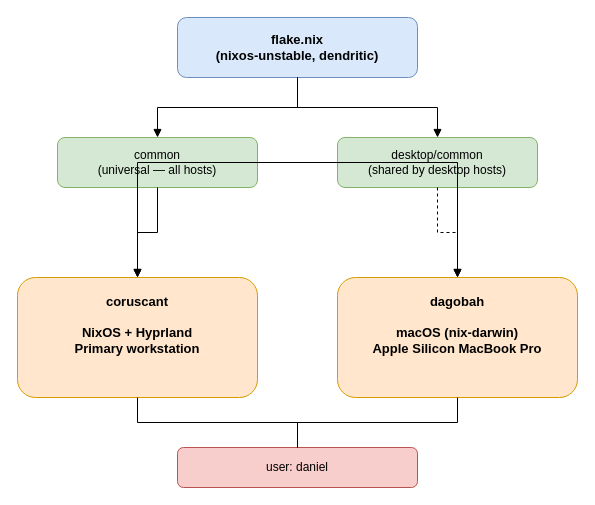
The draw.io diagram hosts.drawio in Danielbook/nixos-config, before the edit. Source tidied: cells renumbered, new cells numbered last; positions are measured from the earlier drawing's top-left corner, leaving out a move shared by most shapes. Both pictures are drawn from the tidied source at 100%, with x=0, y=0 at pixel (17, 17).
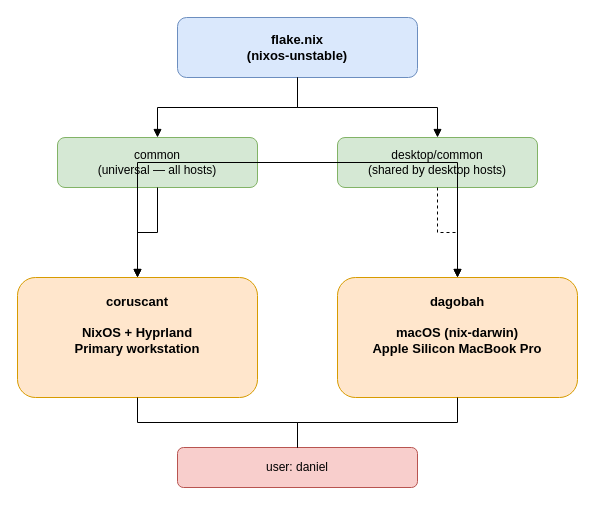
After the change.

Commit message (it also covers changes not shown here):
docs: stop calling the module layout dendritic

The config uses plain layered imports (common -> desktop/common -> compositor),
not the dendritic pattern. Reword the README tagline and layers heading, and
drop the label from the hosts diagram.

Change to the diagram source:
```diff
@@
 <mxGraphModel>
   <root>
     <mxCell id="0" />
     <mxCell id="1" parent="0" />
-    <mxCell id="2" value="flake.nix&#10;(nixos-unstable, dendritic)" style="rounded=1;whiteSpace=wrap;html=1;fillColor=#dae8fc;strokeColor=#6c8ebf;fontStyle=1;fontSize=13;" parent="1" vertex="1">
+    <mxCell id="2" value="flake.nix&#10;(nixos-unstable)" style="rounded=1;whiteSpace=wrap;html=1;fillColor=#dae8fc;strokeColor=#6c8ebf;fontStyle=1;fontSize=13;" parent="1" vertex="1">
       <mxGeometry x="160" width="240" height="60" as="geometry" />
     </mxCell>
     <mxCell id="3" value="common&#10;(universal — all hosts)" style="rounded=1;whiteSpace=wrap;html=1;fillColor=#d5e8d4;strokeColor=#82b366;fontSize=12;" parent="1" vertex="1">
       <mxGeometry x="40" y="120" width="200" height="50" as="geometry" />
     </mxCell>
     <mxCell id="4" value="desktop/common&#10;(shared by desktop hosts)" style="rounded=1;whiteSpace=wrap;html=1;fillColor=#d5e8d4;strokeColor=#82b366;fontSize=12;" parent="1" vertex="1">
       <mxGeometry x="320" y="120" width="200" height="50" as="geometry" />
     </mxCell>
     <mxCell id="5" value="coruscant&#10;&#10;NixOS + Hyprland&#10;Primary workstation" style="rounded=1;whiteSpace=wrap;html=1;fillColor=#ffe6cc;strokeColor=#d79b00;fontStyle=1;fontSize=13;verticalAlign=top;spacingTop=10;" parent="1" vertex="1">
       <mxGeometry y="260" width="240" height="120" as="geometry" />
     </mxCell>
     <mxCell id="6" value="dagobah&#10;&#10;macOS (nix-darwin)&#10;Apple Silicon MacBook Pro" style="rounded=1;whiteSpace=wrap;html=1;fillColor=#ffe6cc;strokeColor=#d79b00;fontStyle=1;fontSize=13;verticalAlign=top;spacingTop=10;" parent="1" vertex="1">
       <mxGeometry x="320" y="260" width="240" height="120" as="geometry" />
     </mxCell>
     <mxCell id="7" value="user: daniel" style="rounded=1;whiteSpace=wrap;html=1;fillColor=#f8cecc;strokeColor=#b85450;fontSize=12;" parent="1" vertex="1">
       <mxGeometry x="160" y="430" width="240" height="40" as="geometry" />
     </mxCell>
     <mxCell id="8" style="edgeStyle=orthogonalEdgeStyle;rounded=0;html=1;endArrow=block;" parent="1" edge="1" source="2" target="3">
       <mxGeometry relative="1" as="geometry" />
     </mxCell>
     <mxCell id="9" style="edgeStyle=orthogonalEdgeStyle;rounded=0;html=1;endArrow=block;" parent="1" edge="1" source="2" target="4">
       <mxGeometry relative="1" as="geometry" />
     </mxCell>
     <mxCell id="10" style="edgeStyle=orthogonalEdgeStyle;rounded=0;html=1;endArrow=block;" parent="1" edge="1" source="3" target="5">
       <mxGeometry relative="1" as="geometry" />
     </mxCell>
     <mxCell id="11" style="edgeStyle=orthogonalEdgeStyle;rounded=0;html=1;endArrow=block;" parent="1" edge="1" source="3" target="6">
       <mxGeometry relative="1" as="geometry" />
     </mxCell>
     <mxCell id="12" style="edgeStyle=orthogonalEdgeStyle;rounded=0;html=1;endArrow=block;" parent="1" edge="1" source="4" target="5">
       <mxGeometry relative="1" as="geometry" />
     </mxCell>
     <mxCell id="13" style="edgeStyle=orthogonalEdgeStyle;rounded=0;html=1;endArrow=block;dashed=1;" parent="1" edge="1" source="4" target="6">
       <mxGeometry relative="1" as="geometry" />
     </mxCell>
     <mxCell id="14" style="edgeStyle=orthogonalEdgeStyle;rounded=0;html=1;endArrow=none;" parent="1" edge="1" source="5" target="7">
       <mxGeometry relative="1" as="geometry" />
     </mxCell>
     <mxCell id="15" style="edgeStyle=orthogonalEdgeStyle;rounded=0;html=1;endArrow=none;" parent="1" edge="1" source="6" target="7">
       <mxGeometry relative="1" as="geometry" />
     </mxCell>
   </root>
 </mxGraphModel>
```
